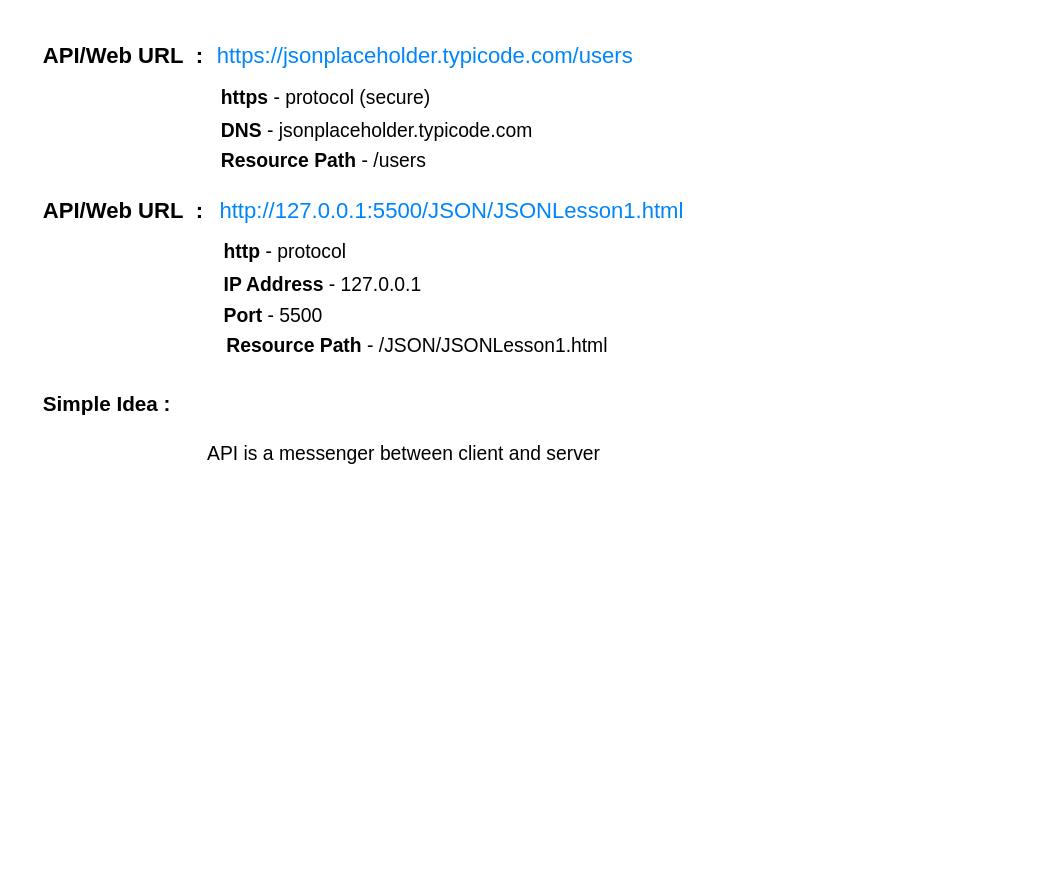
Above: page "Real API URLs" (8 of 10) of JS Client Server.drawio in phyowaihtoon/JavaScriptCourse-Batch1 (draw.io), before the change. Source tidied: cells renumbered, new cells numbered last; positions are measured from the earlier drawing's top-left corner, leaving out a move shared by most shapes. Both pictures are drawn from the tidied source at 138%, with x=0, y=0 at pixel (40, 26).
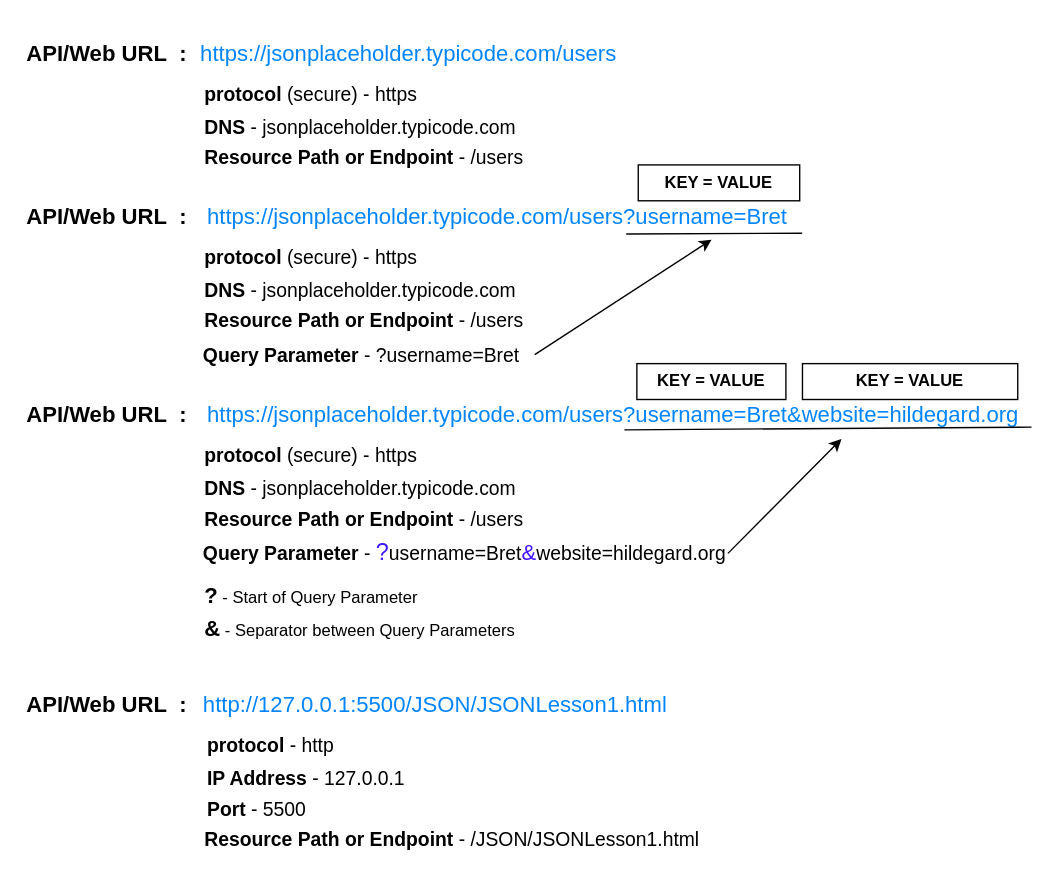
Above is the later version.

Commit message (it also covers changes not shown here):
Update JS Client Server

The edit, as a diff of the source:
```diff
@@
     <mxCell id="2" value="https://jsonplaceholder.typicode.com/users" style="html=1;shadow=0;dashed=0;shape=mxgraph.bootstrap.rrect;rSize=5;strokeColor=none;strokeWidth=1;fillColor=none;fontColor=#0085FC;whiteSpace=wrap;align=left;verticalAlign=middle;spacingLeft=0;fontStyle=0;fontSize=16;spacing=5;" parent="1" vertex="1">
-      <mxGeometry x="123" width="371" height="41" as="geometry" />
+      <mxGeometry x="111" y="-2" width="371" height="41" as="geometry" />
     </mxCell>
-    <mxCell id="3" value="Simple Idea :" style="text;html=1;whiteSpace=wrap;strokeColor=none;fillColor=none;align=left;verticalAlign=middle;rounded=0;fontStyle=1;fontSize=15;" parent="1" vertex="1">
-      <mxGeometry y="258" width="98" height="30" as="geometry" />
-    </mxCell>
-    <mxCell id="4" value="API is a messenger between client and server" style="text;html=1;whiteSpace=wrap;strokeColor=none;fillColor=none;align=left;verticalAlign=middle;rounded=0;fontSize=14;" parent="1" vertex="1">
-      <mxGeometry x="119" y="294" width="342" height="30" as="geometry" />
-    </mxCell>
-    <mxCell id="5" value="&lt;b&gt;https&lt;/b&gt; - protocol (secure)" style="text;html=1;whiteSpace=wrap;strokeColor=none;fillColor=none;align=left;verticalAlign=middle;rounded=0;fontSize=14;" parent="1" vertex="1">
-      <mxGeometry x="129" y="36" width="230" height="30" as="geometry" />
+    <mxCell id="5" value="&lt;b&gt;protocol&lt;/b&gt; (secure) - https" style="text;html=1;whiteSpace=wrap;strokeColor=none;fillColor=none;align=left;verticalAlign=middle;rounded=0;fontSize=14;" parent="1" vertex="1">
+      <mxGeometry x="117" y="34" width="230" height="30" as="geometry" />
     </mxCell>
     <mxCell id="6" value="&lt;b&gt;DNS&lt;/b&gt; -&amp;nbsp;jsonplaceholder.typicode.com" style="text;html=1;whiteSpace=wrap;strokeColor=none;fillColor=none;align=left;verticalAlign=middle;rounded=0;fontSize=14;" parent="1" vertex="1">
-      <mxGeometry x="129" y="60" width="243" height="30" as="geometry" />
+      <mxGeometry x="117" y="58" width="243" height="30" as="geometry" />
     </mxCell>
-    <mxCell id="7" value="&lt;b&gt;Resource Path&lt;/b&gt; - /users" style="text;html=1;whiteSpace=wrap;strokeColor=none;fillColor=none;align=left;verticalAlign=middle;rounded=0;fontSize=14;" parent="1" vertex="1">
-      <mxGeometry x="129" y="82" width="208" height="30" as="geometry" />
+    <mxCell id="7" value="&lt;b&gt;Resource Path or Endpoint&lt;/b&gt; - /users" style="text;html=1;whiteSpace=wrap;strokeColor=none;fillColor=none;align=left;verticalAlign=middle;rounded=0;fontSize=14;" parent="1" vertex="1">
+      <mxGeometry x="117" y="80" width="249" height="30" as="geometry" />
     </mxCell>
     <mxCell id="8" value="http://127.0.0.1:5500/JSON/JSONLesson1.html" style="html=1;shadow=0;dashed=0;shape=mxgraph.bootstrap.rrect;rSize=5;strokeColor=none;strokeWidth=1;fillColor=none;fontColor=#0085FC;whiteSpace=wrap;align=left;verticalAlign=middle;spacingLeft=0;fontStyle=0;fontSize=16;spacing=5;" parent="1" vertex="1">
-      <mxGeometry x="125" y="112" width="371" height="41" as="geometry" />
+      <mxGeometry x="113" y="470" width="371" height="41" as="geometry" />
     </mxCell>
-    <mxCell id="9" value="&lt;b&gt;http&lt;/b&gt;&amp;nbsp;- protocol" style="text;html=1;whiteSpace=wrap;strokeColor=none;fillColor=none;align=left;verticalAlign=middle;rounded=0;fontSize=14;" parent="1" vertex="1">
-      <mxGeometry x="131" y="148" width="230" height="30" as="geometry" />
+    <mxCell id="9" value="&lt;b&gt;protocol&lt;/b&gt; - http" style="text;html=1;whiteSpace=wrap;strokeColor=none;fillColor=none;align=left;verticalAlign=middle;rounded=0;fontSize=14;" parent="1" vertex="1">
+      <mxGeometry x="119" y="506" width="230" height="30" as="geometry" />
     </mxCell>
     <mxCell id="10" value="&lt;b&gt;IP Address&lt;/b&gt; -&amp;nbsp;127.0.0.1" style="text;html=1;whiteSpace=wrap;strokeColor=none;fillColor=none;align=left;verticalAlign=middle;rounded=0;fontSize=14;" parent="1" vertex="1">
-      <mxGeometry x="131" y="172" width="243" height="30" as="geometry" />
+      <mxGeometry x="119" y="530" width="243" height="30" as="geometry" />
     </mxCell>
     <mxCell id="11" value="&lt;b&gt;Port&lt;/b&gt; - 5500" style="text;html=1;whiteSpace=wrap;strokeColor=none;fillColor=none;align=left;verticalAlign=middle;rounded=0;fontSize=14;" parent="1" vertex="1">
-      <mxGeometry x="131" y="194" width="208" height="30" as="geometry" />
+      <mxGeometry x="119" y="552" width="208" height="30" as="geometry" />
     </mxCell>
-    <mxCell id="12" value="&lt;b&gt;Resource Path&lt;/b&gt; -&amp;nbsp;/JSON/JSONLesson1.html" style="text;html=1;whiteSpace=wrap;strokeColor=none;fillColor=none;align=left;verticalAlign=middle;rounded=0;fontSize=14;" parent="1" vertex="1">
-      <mxGeometry x="133" y="216" width="294" height="30" as="geometry" />
+    <mxCell id="12" value="&lt;b&gt;Resource Path or Endpoint&lt;/b&gt; -&amp;nbsp;/JSON/JSONLesson1.html" style="text;html=1;whiteSpace=wrap;strokeColor=none;fillColor=none;align=left;verticalAlign=middle;rounded=0;fontSize=14;" parent="1" vertex="1">
+      <mxGeometry x="117" y="574" width="366" height="30" as="geometry" />
     </mxCell>
     <mxCell id="13" value="API/Web URL&amp;nbsp; :" style="text;html=1;whiteSpace=wrap;strokeColor=none;fillColor=none;align=left;verticalAlign=middle;rounded=0;fontStyle=1;fontSize=16;" parent="1" vertex="1">
-      <mxGeometry y="117.5" width="119" height="30" as="geometry" />
+      <mxGeometry x="-12" y="475.5" width="119" height="30" as="geometry" />
     </mxCell>
     <mxCell id="14" value="API/Web URL&amp;nbsp; :" style="text;html=1;whiteSpace=wrap;strokeColor=none;fillColor=none;align=left;verticalAlign=middle;rounded=0;fontStyle=1;fontSize=16;" parent="1" vertex="1">
-      <mxGeometry y="6" width="119" height="30" as="geometry" />
+      <mxGeometry x="-12" y="4" width="119" height="30" as="geometry" />
     </mxCell>
+    <mxCell id="15" value="https://jsonplaceholder.typicode.com/users?username=Bret" style="html=1;shadow=0;dashed=0;shape=mxgraph.bootstrap.rrect;rSize=5;strokeColor=none;strokeWidth=1;fillColor=none;fontColor=#0085FC;whiteSpace=wrap;align=left;verticalAlign=middle;spacingLeft=0;fontStyle=0;fontSize=16;spacing=5;" parent="1" vertex="1">
+      <mxGeometry x="116" y="116" width="446" height="41" as="geometry" />
+    </mxCell>
+    <mxCell id="16" value="&lt;b&gt;protocol&lt;/b&gt; (secure) - https" style="text;html=1;whiteSpace=wrap;strokeColor=none;fillColor=none;align=left;verticalAlign=middle;rounded=0;fontSize=14;" parent="1" vertex="1">
+      <mxGeometry x="117" y="151.5" width="230" height="30" as="geometry" />
+    </mxCell>
+    <mxCell id="17" value="&lt;b&gt;DNS&lt;/b&gt; -&amp;nbsp;jsonplaceholder.typicode.com" style="text;html=1;whiteSpace=wrap;strokeColor=none;fillColor=none;align=left;verticalAlign=middle;rounded=0;fontSize=14;" parent="1" vertex="1">
+      <mxGeometry x="117" y="175.5" width="243" height="30" as="geometry" />
+    </mxCell>
+    <mxCell id="18" value="&lt;b&gt;Resource Path or Endpoint&lt;/b&gt; - /users" style="text;html=1;whiteSpace=wrap;strokeColor=none;fillColor=none;align=left;verticalAlign=middle;rounded=0;fontSize=14;" parent="1" vertex="1">
+      <mxGeometry x="117" y="197.5" width="249" height="30" as="geometry" />
+    </mxCell>
+    <mxCell id="19" value="API/Web URL&amp;nbsp; :" style="text;html=1;whiteSpace=wrap;strokeColor=none;fillColor=none;align=left;verticalAlign=middle;rounded=0;fontStyle=1;fontSize=16;" parent="1" vertex="1">
+      <mxGeometry x="-12" y="121.5" width="119" height="30" as="geometry" />
+    </mxCell>
+    <mxCell id="20" value="&lt;b&gt;Query Parameter&lt;/b&gt; -&amp;nbsp;?username=Bret" style="text;html=1;whiteSpace=wrap;strokeColor=none;fillColor=none;align=left;verticalAlign=middle;rounded=0;fontSize=14;" parent="1" vertex="1">
+      <mxGeometry x="116" y="223" width="242" height="30" as="geometry" />
+    </mxCell>
+    <mxCell id="21" style="endArrow=none;html=1;rounded=0;exitX=0.68;exitY=1.028;exitDx=0;exitDy=0;exitPerimeter=0;entryX=0.966;entryY=1.012;entryDx=0;entryDy=0;entryPerimeter=0;" parent="1" edge="1">
+      <mxGeometry relative="1" as="geometry">
+        <mxPoint x="424.3" y="150.1" as="sourcePoint" />
+        <mxPoint x="551.8" y="149.5" as="targetPoint" />
+      </mxGeometry>
+    </mxCell>
+    <mxCell id="22" style="endArrow=classic;html=1;rounded=0;entryX=0.83;entryY=0.931;entryDx=0;entryDy=0;entryPerimeter=0;exitX=1;exitY=0.5;exitDx=0;exitDy=0;" parent="1" edge="1" target="15">
+      <mxGeometry relative="1" as="geometry">
+        <mxPoint x="358" y="237.5" as="sourcePoint" />
+      </mxGeometry>
+    </mxCell>
+    <mxCell id="23" value="https://jsonplaceholder.typicode.com/users?username=Bret&amp;amp;website=hildegard.org" style="html=1;shadow=0;dashed=0;shape=mxgraph.bootstrap.rrect;rSize=5;strokeColor=none;strokeWidth=1;fillColor=none;fontColor=#0085FC;whiteSpace=wrap;align=left;verticalAlign=middle;spacingLeft=0;fontStyle=0;fontSize=16;spacing=5;" parent="1" vertex="1">
+      <mxGeometry x="116" y="260" width="599" height="41" as="geometry" />
+    </mxCell>
+    <mxCell id="24" value="&lt;b&gt;protocol&lt;/b&gt; (secure) - https" style="text;html=1;whiteSpace=wrap;strokeColor=none;fillColor=none;align=left;verticalAlign=middle;rounded=0;fontSize=14;" parent="1" vertex="1">
+      <mxGeometry x="117" y="295.5" width="230" height="30" as="geometry" />
+    </mxCell>
+    <mxCell id="25" value="&lt;b&gt;DNS&lt;/b&gt; -&amp;nbsp;jsonplaceholder.typicode.com" style="text;html=1;whiteSpace=wrap;strokeColor=none;fillColor=none;align=left;verticalAlign=middle;rounded=0;fontSize=14;" parent="1" vertex="1">
+      <mxGeometry x="117" y="319.5" width="243" height="30" as="geometry" />
+    </mxCell>
+    <mxCell id="26" value="&lt;b&gt;Resource Path or Endpoint&lt;/b&gt; - /users" style="text;html=1;whiteSpace=wrap;strokeColor=none;fillColor=none;align=left;verticalAlign=middle;rounded=0;fontSize=14;" parent="1" vertex="1">
+      <mxGeometry x="117" y="341.5" width="249" height="30" as="geometry" />
+    </mxCell>
+    <mxCell id="27" value="API/Web URL&amp;nbsp; :" style="text;html=1;whiteSpace=wrap;strokeColor=none;fillColor=none;align=left;verticalAlign=middle;rounded=0;fontStyle=1;fontSize=16;" parent="1" vertex="1">
+      <mxGeometry x="-12" y="265.5" width="119" height="30" as="geometry" />
+    </mxCell>
+    <mxCell id="28" value="&lt;b&gt;Query Parameter&lt;/b&gt; - &lt;font style=&quot;font-size: 17px; color: rgb(65, 24, 255);&quot;&gt;?&lt;/font&gt;username=Bret&lt;font style=&quot;font-size: 16px; color: rgb(66, 19, 255);&quot;&gt;&amp;amp;&lt;/font&gt;website=hildegard.org" style="text;html=1;whiteSpace=wrap;strokeColor=none;fillColor=none;align=left;verticalAlign=middle;rounded=0;fontSize=14;" parent="1" vertex="1">
+      <mxGeometry x="116" y="366.5" width="382" height="30" as="geometry" />
+    </mxCell>
+    <mxCell id="29" style="endArrow=classic;html=1;rounded=0;entryX=0.775;entryY=0.943;entryDx=0;entryDy=0;entryPerimeter=0;exitX=1;exitY=0.5;exitDx=0;exitDy=0;" parent="1" edge="1" source="28" target="23">
+      <mxGeometry relative="1" as="geometry" />
+    </mxCell>
+    <mxCell id="30" style="endArrow=none;html=1;rounded=0;" parent="1" edge="1">
+      <mxGeometry relative="1" as="geometry">
+        <mxPoint x="423" y="292" as="sourcePoint" />
+        <mxPoint x="718" y="290" as="targetPoint" />
+      </mxGeometry>
+    </mxCell>
+    <mxCell id="31" value="&lt;b&gt;&lt;font style=&quot;font-size: 16px;&quot;&gt;?&lt;/font&gt;&lt;/b&gt; - Start of Query Parameter" style="text;html=1;whiteSpace=wrap;strokeColor=none;fillColor=none;align=left;verticalAlign=middle;rounded=0;" parent="1" vertex="1">
+      <mxGeometry x="117" y="396.5" width="249" height="30" as="geometry" />
+    </mxCell>
+    <mxCell id="32" value="&lt;span style=&quot;font-size: 16px;&quot;&gt;&lt;b&gt;&amp;amp;&lt;/b&gt;&lt;/span&gt; - Separator between Query Parameters" style="text;html=1;whiteSpace=wrap;strokeColor=none;fillColor=none;align=left;verticalAlign=middle;rounded=0;" parent="1" vertex="1">
+      <mxGeometry x="117" y="421" width="249" height="30" as="geometry" />
+    </mxCell>
+    <mxCell id="33" value="&lt;b&gt;KEY = VALUE&lt;/b&gt;" style="rounded=0;whiteSpace=wrap;html=1;" parent="1" vertex="1">
+      <mxGeometry x="433" y="100" width="117" height="26" as="geometry" />
+    </mxCell>
+    <mxCell id="34" value="&lt;b&gt;KEY = VALUE&lt;/b&gt;" style="rounded=0;whiteSpace=wrap;html=1;" parent="1" vertex="1">
+      <mxGeometry x="432" y="244" width="108" height="26" as="geometry" />
+    </mxCell>
+    <mxCell id="35" value="&lt;b&gt;KEY = VALUE&lt;/b&gt;" style="rounded=0;whiteSpace=wrap;html=1;" parent="1" vertex="1">
+      <mxGeometry x="552" y="244" width="156" height="26" as="geometry" />
+    </mxCell>
```
